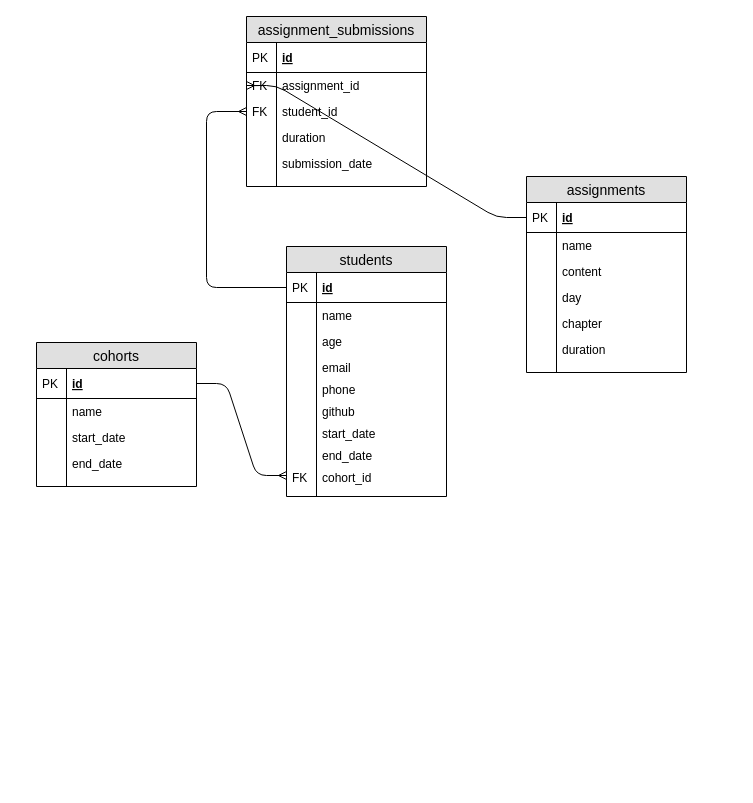
The draw.io diagram BootcampX ERD.drawio in jeff-sexton/BootcampX, before the edit. Source tidied: cells renumbered, new cells numbered last; positions are measured from the earlier drawing's top-left corner, leaving out a move shared by most shapes. Both pictures are drawn from the tidied source at 100%, with x=0, y=0 at pixel (36, 16).
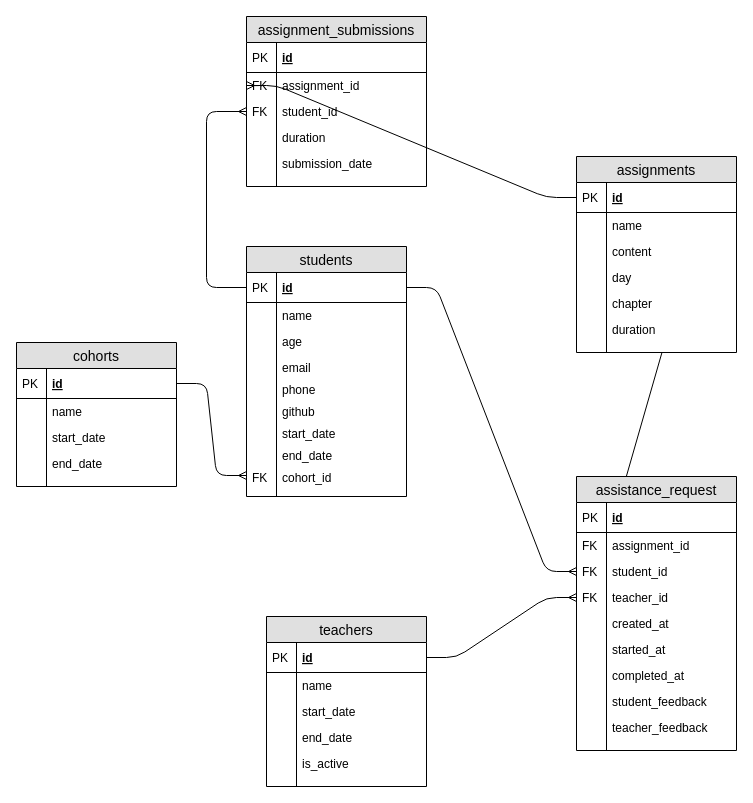
Above is the later version.

Unchanged cells that the change refers to:
```xml
<mxCell id="6" value="assignment_id" style="shape=partialRectangle;top=0;left=0;right=0;bottom=0;align=left;verticalAlign=top;fillColor=none;spacingLeft=34;spacingRight=4;overflow=hidden;points=[[0,0.5],[1,0.5]];portConstraint=eastwest;fontSize=12;" parent="3" vertex="1">
  <mxGeometry y="56" width="180" height="26" as="geometry" />
</mxCell>
<mxCell id="18" value="id" style="shape=partialRectangle;top=0;left=0;right=0;bottom=1;align=left;verticalAlign=middle;fillColor=none;spacingLeft=34;spacingRight=4;overflow=hidden;points=[[0,0.5],[1,0.5]];portConstraint=eastwest;fontStyle=5;fontSize=12;" parent="17" vertex="1">
  <mxGeometry y="26" width="160" height="30" as="geometry" />
</mxCell>
<mxCell id="50" value="id" style="shape=partialRectangle;top=0;left=0;right=0;bottom=1;align=left;verticalAlign=middle;fillColor=none;spacingLeft=34;spacingRight=4;overflow=hidden;points=[[0,0.5],[1,0.5]];portConstraint=eastwest;fontStyle=5;fontSize=12;" parent="49" vertex="1">
  <mxGeometry y="26" width="160" height="30" as="geometry" />
</mxCell>
```

The edit, as a diff of the source:
```diff
@@
+    <mxCell id="64" style="edgeStyle=entityRelationEdgeStyle;fontSize=12;html=1;endArrow=ERmany;entryX=0;entryY=0.5;entryDx=0;entryDy=0;" parent="1" edge="1" source="50" target="6">
+      <mxGeometry relative="1" as="geometry" />
+    </mxCell>
+    <mxCell id="65" value="teachers" style="swimlane;fontStyle=0;horizontal=1;startSize=26;fillColor=#e0e0e0;swimlaneFillColor=#ffffff;align=center;fontSize=14;" parent="1" vertex="1">
+      <mxGeometry x="230" y="600" width="160" height="170" as="geometry" />
+    </mxCell>
+    <mxCell id="66" value="id" style="shape=partialRectangle;top=0;left=0;right=0;bottom=1;align=left;verticalAlign=middle;fillColor=none;spacingLeft=34;spacingRight=4;overflow=hidden;points=[[0,0.5],[1,0.5]];portConstraint=eastwest;fontStyle=5;fontSize=12;" parent="65" vertex="1">
+      <mxGeometry y="26" width="160" height="30" as="geometry" />
+    </mxCell>
+    <mxCell id="67" value="PK" style="shape=partialRectangle;top=0;left=0;bottom=0;fillColor=none;align=left;verticalAlign=middle;spacingLeft=4;spacingRight=4;overflow=hidden;fontSize=12;" parent="66" vertex="1">
+      <mxGeometry width="30" height="30" as="geometry" />
+    </mxCell>
+    <mxCell id="68" value="name" style="shape=partialRectangle;top=0;left=0;right=0;bottom=0;align=left;verticalAlign=top;fillColor=none;spacingLeft=34;spacingRight=4;overflow=hidden;fontSize=12;" parent="65" vertex="1">
+      <mxGeometry y="56" width="160" height="26" as="geometry" />
+    </mxCell>
+    <mxCell id="69" style="shape=partialRectangle;top=0;left=0;bottom=0;fillColor=none;align=left;verticalAlign=top;spacingLeft=4;spacingRight=4;overflow=hidden;fontSize=12;" parent="68" vertex="1">
+      <mxGeometry width="30" height="26" as="geometry" />
+    </mxCell>
+    <mxCell id="70" value="start_date" style="shape=partialRectangle;top=0;left=0;right=0;bottom=0;align=left;verticalAlign=top;fillColor=none;spacingLeft=34;spacingRight=4;overflow=hidden;fontSize=12;" parent="65" vertex="1">
+      <mxGeometry y="82" width="160" height="26" as="geometry" />
+    </mxCell>
+    <mxCell id="71" style="shape=partialRectangle;top=0;left=0;bottom=0;fillColor=none;align=left;verticalAlign=top;spacingLeft=4;spacingRight=4;overflow=hidden;fontSize=12;" parent="70" vertex="1">
+      <mxGeometry width="30" height="26" as="geometry" />
+    </mxCell>
+    <mxCell id="72" value="end_date" style="shape=partialRectangle;top=0;left=0;right=0;bottom=0;align=left;verticalAlign=top;fillColor=none;spacingLeft=34;spacingRight=4;overflow=hidden;fontSize=12;" parent="65" vertex="1">
+      <mxGeometry y="108" width="160" height="26" as="geometry" />
+    </mxCell>
+    <mxCell id="73" style="shape=partialRectangle;top=0;left=0;bottom=0;fillColor=none;align=left;verticalAlign=top;spacingLeft=4;spacingRight=4;overflow=hidden;fontSize=12;" parent="72" vertex="1">
+      <mxGeometry width="30" height="26" as="geometry" />
+    </mxCell>
+    <mxCell id="74" value="is_active" style="shape=partialRectangle;top=0;left=0;right=0;bottom=0;align=left;verticalAlign=top;fillColor=none;spacingLeft=34;spacingRight=4;overflow=hidden;fontSize=12;" parent="65" vertex="1">
+      <mxGeometry y="134" width="160" height="26" as="geometry" />
+    </mxCell>
+    <mxCell id="75" style="shape=partialRectangle;top=0;left=0;bottom=0;fillColor=none;align=left;verticalAlign=top;spacingLeft=4;spacingRight=4;overflow=hidden;fontSize=12;" parent="74" vertex="1">
+      <mxGeometry width="30" height="26" as="geometry" />
+    </mxCell>
+    <mxCell id="76" style="shape=partialRectangle;top=0;left=0;right=0;bottom=0;align=left;verticalAlign=top;fillColor=none;spacingLeft=34;spacingRight=4;overflow=hidden;fontSize=12;" parent="65" vertex="1">
+      <mxGeometry y="160" width="160" height="10" as="geometry" />
+    </mxCell>
+    <mxCell id="77" style="shape=partialRectangle;top=0;left=0;bottom=0;fillColor=none;align=left;verticalAlign=top;spacingLeft=4;spacingRight=4;overflow=hidden;fontSize=12;" parent="76" vertex="1">
+      <mxGeometry width="30" height="10" as="geometry" />
+    </mxCell>
+    <mxCell id="78" style="edgeStyle=entityRelationEdgeStyle;fontSize=12;html=1;endArrow=ERmany;entryX=0;entryY=0.5;entryDx=0;entryDy=0;exitX=1;exitY=0.5;exitDx=0;exitDy=0;" parent="1" edge="1" source="66" target="88">
+      <mxGeometry relative="1" as="geometry" />
+    </mxCell>
+    <mxCell id="38" value="cohorts" style="swimlane;fontStyle=0;horizontal=1;startSize=26;fillColor=#e0e0e0;swimlaneFillColor=#ffffff;align=center;fontSize=14;" parent="1" vertex="1">
+      <mxGeometry x="-20" y="326" width="160" height="144" as="geometry" />
+    </mxCell>
+    <mxCell id="39" value="id" style="shape=partialRectangle;top=0;left=0;right=0;bottom=1;align=left;verticalAlign=middle;fillColor=none;spacingLeft=34;spacingRight=4;overflow=hidden;points=[[0,0.5],[1,0.5]];portConstraint=eastwest;fontStyle=5;fontSize=12;" parent="38" vertex="1">
+      <mxGeometry y="26" width="160" height="30" as="geometry" />
+    </mxCell>
+    <mxCell id="40" value="PK" style="shape=partialRectangle;top=0;left=0;bottom=0;fillColor=none;align=left;verticalAlign=middle;spacingLeft=4;spacingRight=4;overflow=hidden;fontSize=12;" parent="39" vertex="1">
+      <mxGeometry width="30" height="30" as="geometry" />
+    </mxCell>
+    <mxCell id="41" value="name" style="shape=partialRectangle;top=0;left=0;right=0;bottom=0;align=left;verticalAlign=top;fillColor=none;spacingLeft=34;spacingRight=4;overflow=hidden;fontSize=12;" parent="38" vertex="1">
+      <mxGeometry y="56" width="160" height="26" as="geometry" />
+    </mxCell>
+    <mxCell id="42" style="shape=partialRectangle;top=0;left=0;bottom=0;fillColor=none;align=left;verticalAlign=top;spacingLeft=4;spacingRight=4;overflow=hidden;fontSize=12;" parent="41" vertex="1">
+      <mxGeometry width="30" height="26" as="geometry" />
+    </mxCell>
+    <mxCell id="43" value="start_date" style="shape=partialRectangle;top=0;left=0;right=0;bottom=0;align=left;verticalAlign=top;fillColor=none;spacingLeft=34;spacingRight=4;overflow=hidden;fontSize=12;" parent="38" vertex="1">
+      <mxGeometry y="82" width="160" height="26" as="geometry" />
+    </mxCell>
+    <mxCell id="44" style="shape=partialRectangle;top=0;left=0;bottom=0;fillColor=none;align=left;verticalAlign=top;spacingLeft=4;spacingRight=4;overflow=hidden;fontSize=12;" parent="43" vertex="1">
+      <mxGeometry width="30" height="26" as="geometry" />
+    </mxCell>
+    <mxCell id="45" value="end_date" style="shape=partialRectangle;top=0;left=0;right=0;bottom=0;align=left;verticalAlign=top;fillColor=none;spacingLeft=34;spacingRight=4;overflow=hidden;fontSize=12;" parent="38" vertex="1">
+      <mxGeometry y="108" width="160" height="26" as="geometry" />
+    </mxCell>
+    <mxCell id="46" style="shape=partialRectangle;top=0;left=0;bottom=0;fillColor=none;align=left;verticalAlign=top;spacingLeft=4;spacingRight=4;overflow=hidden;fontSize=12;" parent="45" vertex="1">
+      <mxGeometry width="30" height="26" as="geometry" />
+    </mxCell>
+    <mxCell id="47" style="shape=partialRectangle;top=0;left=0;right=0;bottom=0;align=left;verticalAlign=top;fillColor=none;spacingLeft=34;spacingRight=4;overflow=hidden;fontSize=12;" parent="38" vertex="1">
+      <mxGeometry y="134" width="160" height="10" as="geometry" />
+    </mxCell>
+    <mxCell id="48" style="shape=partialRectangle;top=0;left=0;bottom=0;fillColor=none;align=left;verticalAlign=top;spacingLeft=4;spacingRight=4;overflow=hidden;fontSize=12;" parent="47" vertex="1">
+      <mxGeometry width="30" height="10" as="geometry" />
+    </mxCell>
     <mxCell id="17" value="students" style="swimlane;fontStyle=0;horizontal=1;startSize=26;fillColor=#e0e0e0;swimlaneFillColor=#ffffff;align=center;fontSize=14;" parent="1" vertex="1">
-      <mxGeometry x="250" y="230" width="160" height="250" as="geometry" />
+      <mxGeometry x="210" y="230" width="160" height="250" as="geometry" />
     </mxCell>
@@
-    <mxCell id="38" value="cohorts" style="swimlane;fontStyle=0;horizontal=1;startSize=26;fillColor=#e0e0e0;swimlaneFillColor=#ffffff;align=center;fontSize=14;" parent="1" vertex="1">
-      <mxGeometry y="326" width="160" height="144" as="geometry" />
-    </mxCell>
-    <mxCell id="39" value="id" style="shape=partialRectangle;top=0;left=0;right=0;bottom=1;align=left;verticalAlign=middle;fillColor=none;spacingLeft=34;spacingRight=4;overflow=hidden;points=[[0,0.5],[1,0.5]];portConstraint=eastwest;fontStyle=5;fontSize=12;" parent="38" vertex="1">
-      <mxGeometry y="26" width="160" height="30" as="geometry" />
-    </mxCell>
-    <mxCell id="40" value="PK" style="shape=partialRectangle;top=0;left=0;bottom=0;fillColor=none;align=left;verticalAlign=middle;spacingLeft=4;spacingRight=4;overflow=hidden;fontSize=12;" parent="39" vertex="1">
-      <mxGeometry width="30" height="30" as="geometry" />
-    </mxCell>
-    <mxCell id="41" value="name" style="shape=partialRectangle;top=0;left=0;right=0;bottom=0;align=left;verticalAlign=top;fillColor=none;spacingLeft=34;spacingRight=4;overflow=hidden;fontSize=12;" parent="38" vertex="1">
-      <mxGeometry y="56" width="160" height="26" as="geometry" />
-    </mxCell>
-    <mxCell id="42" style="shape=partialRectangle;top=0;left=0;bottom=0;fillColor=none;align=left;verticalAlign=top;spacingLeft=4;spacingRight=4;overflow=hidden;fontSize=12;" parent="41" vertex="1">
-      <mxGeometry width="30" height="26" as="geometry" />
-    </mxCell>
-    <mxCell id="43" value="start_date" style="shape=partialRectangle;top=0;left=0;right=0;bottom=0;align=left;verticalAlign=top;fillColor=none;spacingLeft=34;spacingRight=4;overflow=hidden;fontSize=12;" parent="38" vertex="1">
-      <mxGeometry y="82" width="160" height="26" as="geometry" />
-    </mxCell>
-    <mxCell id="44" style="shape=partialRectangle;top=0;left=0;bottom=0;fillColor=none;align=left;verticalAlign=top;spacingLeft=4;spacingRight=4;overflow=hidden;fontSize=12;" parent="43" vertex="1">
-      <mxGeometry width="30" height="26" as="geometry" />
-    </mxCell>
-    <mxCell id="45" value="end_date" style="shape=partialRectangle;top=0;left=0;right=0;bottom=0;align=left;verticalAlign=top;fillColor=none;spacingLeft=34;spacingRight=4;overflow=hidden;fontSize=12;" parent="38" vertex="1">
-      <mxGeometry y="108" width="160" height="26" as="geometry" />
-    </mxCell>
-    <mxCell id="46" style="shape=partialRectangle;top=0;left=0;bottom=0;fillColor=none;align=left;verticalAlign=top;spacingLeft=4;spacingRight=4;overflow=hidden;fontSize=12;" parent="45" vertex="1">
-      <mxGeometry width="30" height="26" as="geometry" />
-    </mxCell>
-    <mxCell id="47" style="shape=partialRectangle;top=0;left=0;right=0;bottom=0;align=left;verticalAlign=top;fillColor=none;spacingLeft=34;spacingRight=4;overflow=hidden;fontSize=12;" parent="38" vertex="1">
-      <mxGeometry y="134" width="160" height="10" as="geometry" />
-    </mxCell>
-    <mxCell id="48" style="shape=partialRectangle;top=0;left=0;bottom=0;fillColor=none;align=left;verticalAlign=top;spacingLeft=4;spacingRight=4;overflow=hidden;fontSize=12;" parent="47" vertex="1">
-      <mxGeometry width="30" height="10" as="geometry" />
-    </mxCell>
+    <mxCell id="79" style="edgeStyle=entityRelationEdgeStyle;fontSize=12;html=1;endArrow=ERmany;exitX=1;exitY=0.5;exitDx=0;exitDy=0;entryX=0;entryY=0.5;entryDx=0;entryDy=0;" parent="1" edge="1" source="18" target="86">
+      <mxGeometry relative="1" as="geometry" />
+    </mxCell>
+    <mxCell id="80" style="edgeStyle=entityRelationEdgeStyle;fontSize=12;html=1;endArrow=ERmany;entryX=0;entryY=0.5;entryDx=0;entryDy=0;exitX=1;exitY=0.5;exitDx=0;exitDy=0;" parent="1" edge="1" source="50" target="84">
+      <mxGeometry relative="1" as="geometry" />
+    </mxCell>
     <mxCell id="49" value="assignments" style="swimlane;fontStyle=0;horizontal=1;startSize=26;fillColor=#e0e0e0;swimlaneFillColor=#ffffff;align=center;fontSize=14;" parent="1" vertex="1">
-      <mxGeometry x="490" y="160" width="160" height="196" as="geometry" />
+      <mxGeometry x="540" y="140" width="160" height="196" as="geometry" />
     </mxCell>
@@
-    <mxCell id="64" style="edgeStyle=entityRelationEdgeStyle;fontSize=12;html=1;endArrow=ERmany;entryX=0;entryY=0.5;entryDx=0;entryDy=0;" parent="1" edge="1" source="50" target="6">
-      <mxGeometry relative="1" as="geometry" />
-    </mxCell>
+    <mxCell id="81" value="assistance_request" style="swimlane;fontStyle=0;horizontal=1;startSize=26;fillColor=#e0e0e0;swimlaneFillColor=#ffffff;align=center;fontSize=14;" parent="1" vertex="1">
+      <mxGeometry x="540" y="460" width="160" height="274" as="geometry" />
+    </mxCell>
+    <mxCell id="82" value="id" style="shape=partialRectangle;top=0;left=0;right=0;bottom=1;align=left;verticalAlign=middle;fillColor=none;spacingLeft=34;spacingRight=4;overflow=hidden;fontStyle=5;fontSize=12;" parent="81" vertex="1">
+      <mxGeometry y="26" width="160" height="30" as="geometry" />
+    </mxCell>
+    <mxCell id="83" value="PK" style="shape=partialRectangle;top=0;left=0;bottom=0;fillColor=none;align=left;verticalAlign=middle;spacingLeft=4;spacingRight=4;overflow=hidden;fontSize=12;" parent="82" vertex="1">
+      <mxGeometry width="30" height="30" as="geometry" />
+    </mxCell>
+    <mxCell id="84" value="assignment_id" style="shape=partialRectangle;top=0;left=0;right=0;bottom=0;align=left;verticalAlign=top;fillColor=none;spacingLeft=34;spacingRight=4;overflow=hidden;points=[[0,0.5],[1,0.5]];portConstraint=eastwest;fontSize=12;" parent="81" vertex="1">
+      <mxGeometry y="56" width="160" height="26" as="geometry" />
+    </mxCell>
+    <mxCell id="85" value="FK" style="shape=partialRectangle;top=0;left=0;bottom=0;fillColor=none;align=left;verticalAlign=top;spacingLeft=4;spacingRight=4;overflow=hidden;fontSize=12;" parent="84" vertex="1">
+      <mxGeometry width="30" height="26" as="geometry" />
+    </mxCell>
+    <mxCell id="86" value="student_id" style="shape=partialRectangle;top=0;left=0;right=0;bottom=0;align=left;verticalAlign=top;fillColor=none;spacingLeft=34;spacingRight=4;overflow=hidden;points=[[0,0.5],[1,0.5]];portConstraint=eastwest;fontSize=12;" parent="81" vertex="1">
+      <mxGeometry y="82" width="160" height="26" as="geometry" />
+    </mxCell>
+    <mxCell id="87" value="FK" style="shape=partialRectangle;top=0;left=0;bottom=0;fillColor=none;align=left;verticalAlign=top;spacingLeft=4;spacingRight=4;overflow=hidden;fontSize=12;" parent="86" vertex="1">
+      <mxGeometry width="30" height="26" as="geometry" />
+    </mxCell>
+    <mxCell id="88" value="teacher_id" style="shape=partialRectangle;top=0;left=0;right=0;bottom=0;align=left;verticalAlign=top;fillColor=none;spacingLeft=34;spacingRight=4;overflow=hidden;points=[[0,0.5],[1,0.5]];portConstraint=eastwest;fontSize=12;" parent="81" vertex="1">
+      <mxGeometry y="108" width="160" height="26" as="geometry" />
+    </mxCell>
+    <mxCell id="89" value="FK" style="shape=partialRectangle;top=0;left=0;bottom=0;fillColor=none;align=left;verticalAlign=top;spacingLeft=4;spacingRight=4;overflow=hidden;fontSize=12;" parent="88" vertex="1">
+      <mxGeometry width="30" height="26" as="geometry" />
+    </mxCell>
+    <mxCell id="90" value="created_at" style="shape=partialRectangle;top=0;left=0;right=0;bottom=0;align=left;verticalAlign=top;fillColor=none;spacingLeft=34;spacingRight=4;overflow=hidden;fontSize=12;" parent="81" vertex="1">
+      <mxGeometry y="134" width="160" height="26" as="geometry" />
+    </mxCell>
+    <mxCell id="91" style="shape=partialRectangle;top=0;left=0;bottom=0;fillColor=none;align=left;verticalAlign=top;spacingLeft=4;spacingRight=4;overflow=hidden;fontSize=12;" parent="90" vertex="1">
+      <mxGeometry width="30" height="26" as="geometry" />
+    </mxCell>
+    <mxCell id="92" value="started_at" style="shape=partialRectangle;top=0;left=0;right=0;bottom=0;align=left;verticalAlign=top;fillColor=none;spacingLeft=34;spacingRight=4;overflow=hidden;fontSize=12;" parent="81" vertex="1">
+      <mxGeometry y="160" width="160" height="26" as="geometry" />
+    </mxCell>
+    <mxCell id="93" style="shape=partialRectangle;top=0;left=0;bottom=0;fillColor=none;align=left;verticalAlign=top;spacingLeft=4;spacingRight=4;overflow=hidden;fontSize=12;" parent="92" vertex="1">
+      <mxGeometry width="30" height="26" as="geometry" />
+    </mxCell>
+    <mxCell id="94" value="completed_at" style="shape=partialRectangle;top=0;left=0;right=0;bottom=0;align=left;verticalAlign=top;fillColor=none;spacingLeft=34;spacingRight=4;overflow=hidden;fontSize=12;" parent="81" vertex="1">
+      <mxGeometry y="186" width="160" height="26" as="geometry" />
+    </mxCell>
+    <mxCell id="95" style="shape=partialRectangle;top=0;left=0;bottom=0;fillColor=none;align=left;verticalAlign=top;spacingLeft=4;spacingRight=4;overflow=hidden;fontSize=12;" parent="94" vertex="1">
+      <mxGeometry width="30" height="26" as="geometry" />
+    </mxCell>
+    <mxCell id="96" value="student_feedback" style="shape=partialRectangle;top=0;left=0;right=0;bottom=0;align=left;verticalAlign=top;fillColor=none;spacingLeft=34;spacingRight=4;overflow=hidden;fontSize=12;" parent="81" vertex="1">
+      <mxGeometry y="212" width="160" height="26" as="geometry" />
+    </mxCell>
+    <mxCell id="97" style="shape=partialRectangle;top=0;left=0;bottom=0;fillColor=none;align=left;verticalAlign=top;spacingLeft=4;spacingRight=4;overflow=hidden;fontSize=12;" parent="96" vertex="1">
+      <mxGeometry width="30" height="26" as="geometry" />
+    </mxCell>
+    <mxCell id="98" value="teacher_feedback" style="shape=partialRectangle;top=0;left=0;right=0;bottom=0;align=left;verticalAlign=top;fillColor=none;spacingLeft=34;spacingRight=4;overflow=hidden;fontSize=12;" parent="81" vertex="1">
+      <mxGeometry y="238" width="160" height="26" as="geometry" />
+    </mxCell>
+    <mxCell id="99" style="shape=partialRectangle;top=0;left=0;bottom=0;fillColor=none;align=left;verticalAlign=top;spacingLeft=4;spacingRight=4;overflow=hidden;fontSize=12;" parent="98" vertex="1">
+      <mxGeometry width="30" height="26" as="geometry" />
+    </mxCell>
+    <mxCell id="100" style="shape=partialRectangle;top=0;left=0;right=0;bottom=0;align=left;verticalAlign=top;fillColor=none;spacingLeft=34;spacingRight=4;overflow=hidden;fontSize=12;" parent="81" vertex="1">
+      <mxGeometry y="264" width="160" height="10" as="geometry" />
+    </mxCell>
+    <mxCell id="101" style="shape=partialRectangle;top=0;left=0;bottom=0;fillColor=none;align=left;verticalAlign=top;spacingLeft=4;spacingRight=4;overflow=hidden;fontSize=12;" parent="100" vertex="1">
+      <mxGeometry width="30" height="10" as="geometry" />
+    </mxCell>
```
